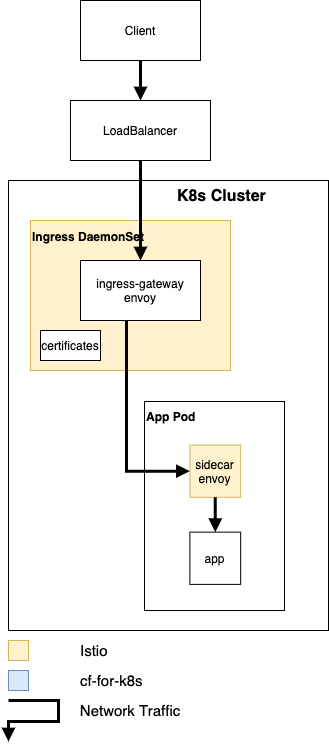
Earlier version of the draw.io export doc/PhysicalNetwork.png (akhinos/cf4k8s-networking). Source tidied: cells renumbered, new cells last; positions are measured from the earlier drawing's top-left corner, leaving out a move shared by most shapes.
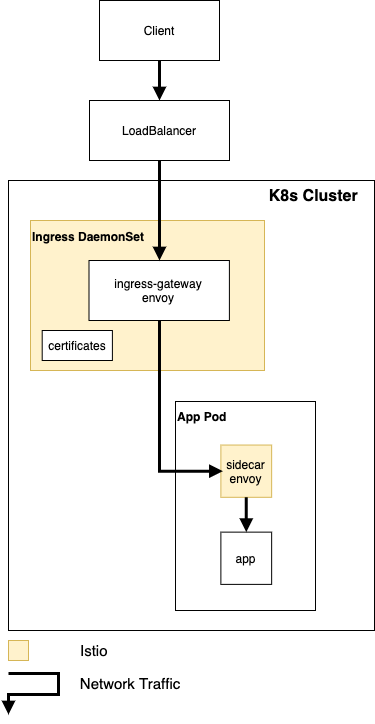
After the change.

Commit message:
Remove unused legend from PhysicalNetwork

Diff of the diagram source:
```diff
@@ -2,20 +2,20 @@
   <root>
     <mxCell id="0" />
     <mxCell id="1" parent="0" />
-    <mxCell id="2" value="&amp;nbsp; &amp;nbsp; &amp;nbsp; &amp;nbsp; &amp;nbsp; &amp;nbsp; &amp;nbsp; &amp;nbsp; &amp;nbsp; &amp;nbsp; &amp;nbsp; &amp;nbsp; K8s Cluster" style="rounded=0;whiteSpace=wrap;html=1;fontSize=16;fontStyle=1;verticalAlign=top;" parent="1" vertex="1">
-      <mxGeometry y="180" width="320" height="450" as="geometry" />
+    <mxCell id="2" value="&amp;nbsp; &amp;nbsp; &amp;nbsp; &amp;nbsp; &amp;nbsp; &amp;nbsp; &amp;nbsp; &amp;nbsp; &amp;nbsp; &amp;nbsp; &amp;nbsp; &amp;nbsp; &amp;nbsp; &amp;nbsp; &amp;nbsp; &amp;nbsp; &amp;nbsp; &amp;nbsp; &amp;nbsp; &amp;nbsp; &amp;nbsp; &amp;nbsp; &amp;nbsp; &amp;nbsp; &amp;nbsp; &amp;nbsp; &amp;nbsp; &amp;nbsp;K8s Cluster" style="rounded=0;whiteSpace=wrap;html=1;fontSize=16;fontStyle=1;verticalAlign=top;" parent="1" vertex="1">
+      <mxGeometry y="180" width="366" height="450" as="geometry" />
     </mxCell>
     <mxCell id="3" style="edgeStyle=orthogonalEdgeStyle;rounded=0;jettySize=auto;html=1;exitX=0.5;exitY=1;exitDx=0;exitDy=0;entryX=0.5;entryY=0;entryDx=0;entryDy=0;endArrow=block;endFill=1;strokeWidth=3;" parent="1" edge="1" source="4" target="5">
       <mxGeometry relative="1" as="geometry" />
     </mxCell>
     <mxCell id="4" value="Client" style="rounded=0;whiteSpace=wrap;html=1;" parent="1" vertex="1">
-      <mxGeometry x="72" width="120" height="60" as="geometry" />
+      <mxGeometry x="91" width="120" height="60" as="geometry" />
     </mxCell>
     <mxCell id="5" value="LoadBalancer" style="rounded=0;whiteSpace=wrap;html=1;" parent="1" vertex="1">
-      <mxGeometry x="62" y="100" width="140" height="60" as="geometry" />
+      <mxGeometry x="81" y="100" width="140" height="60" as="geometry" />
     </mxCell>
     <mxCell id="6" style="group;align=left;" parent="1" vertex="1">
-      <mxGeometry x="156" y="401" width="120" height="209" as="geometry" />
+      <mxGeometry x="187" y="401" width="120" height="209" as="geometry" />
     </mxCell>
     <mxCell id="7" value="&lt;font style=&quot;font-size: 12px&quot;&gt;App Pod&lt;/font&gt;" style="rounded=0;whiteSpace=wrap;html=1;verticalAlign=top;fontSize=14;fontStyle=1;align=left;" parent="6" vertex="1">
       <mxGeometry x="-20" width="140" height="209" as="geometry" />
@@ -30,22 +30,23 @@
       <mxGeometry relative="1" as="geometry" />
     </mxCell>
     <mxCell id="11" style="group;fillColor=#fff2cc;strokeColor=#d6b656;" parent="1" vertex="1">
-      <mxGeometry x="22" y="220" width="200" height="150" as="geometry" />
+      <mxGeometry x="22" y="220" width="234" height="150" as="geometry" />
     </mxCell>
     <mxCell id="12" value="&lt;font style=&quot;font-size: 12px&quot;&gt;Ingress DaemonSet&lt;/font&gt;" style="rounded=0;whiteSpace=wrap;html=1;fontSize=15;verticalAlign=top;fontStyle=1;fillColor=#fff2cc;strokeColor=#d6b656;align=left;" parent="11" vertex="1">
-      <mxGeometry width="200" height="150" as="geometry" />
+      <mxGeometry width="234" height="150" as="geometry" />
     </mxCell>
     <mxCell id="13" value="ingress-gateway&lt;br&gt;envoy" style="rounded=0;whiteSpace=wrap;html=1;" parent="11" vertex="1">
-      <mxGeometry x="50" y="40" width="120" height="60" as="geometry" />
+      <mxGeometry x="58.5" y="40" width="140.4" height="60" as="geometry" />
     </mxCell>
     <mxCell id="14" value="certificates" style="rounded=0;whiteSpace=wrap;html=1;" parent="11" vertex="1">
-      <mxGeometry x="10" y="110" width="60" height="30" as="geometry" />
+      <mxGeometry x="11.7" y="110" width="70.2" height="30" as="geometry" />
     </mxCell>
-    <mxCell id="15" style="edgeStyle=orthogonalEdgeStyle;rounded=0;jettySize=auto;html=1;strokeWidth=3;endFill=1;endArrow=block;entryX=0;entryY=0.5;entryDx=0;entryDy=0;" parent="1" edge="1" target="8">
+    <mxCell id="15" style="edgeStyle=orthogonalEdgeStyle;rounded=0;orthogonalLoop=1;jettySize=auto;html=1;strokeWidth=3;endFill=1;endArrow=block;entryX=0;entryY=0.5;entryDx=0;entryDy=0;" parent="1" edge="1">
       <mxGeometry relative="1" as="geometry">
-        <mxPoint x="118" y="320" as="sourcePoint" />
+        <mxPoint x="151" y="320" as="sourcePoint" />
+        <mxPoint x="214.4" y="470.7" as="targetPoint" />
         <Array as="points">
-          <mxPoint x="118" y="471" />
+          <mxPoint x="151" y="471" />
         </Array>
       </mxGeometry>
     </mxCell>
@@ -58,20 +59,11 @@
     <mxCell id="18" style="rounded=0;whiteSpace=wrap;html=1;fillColor=#fff2cc;strokeColor=#d6b656;" parent="17" vertex="1">
       <mxGeometry width="20" height="20" as="geometry" />
     </mxCell>
-    <mxCell id="19" style="group;" parent="16" vertex="1">
-      <mxGeometry y="30" width="110" height="20" as="geometry" />
-    </mxCell>
-    <mxCell id="20" style="rounded=0;whiteSpace=wrap;html=1;fillColor=#dae8fc;strokeColor=#6c8ebf;" parent="19" vertex="1">
-      <mxGeometry width="20" height="20" as="geometry" />
-    </mxCell>
-    <mxCell id="21" value="cf-for-k8s" style="text;html=1;strokeColor=none;fillColor=none;align=left;verticalAlign=middle;whiteSpace=wrap;rounded=0;labelBackgroundColor=none;fontSize=15;" parent="16" vertex="1">
-      <mxGeometry x="70" y="30" width="80" height="20" as="geometry" />
-    </mxCell>
     <mxCell id="22" value="Istio" style="text;html=1;strokeColor=none;fillColor=none;align=left;verticalAlign=middle;whiteSpace=wrap;rounded=0;labelBackgroundColor=none;fontSize=15;" parent="16" vertex="1">
       <mxGeometry x="70" width="40" height="20" as="geometry" />
     </mxCell>
     <mxCell id="23" style="group;" parent="16" vertex="1">
-      <mxGeometry y="60" width="180" height="21" as="geometry" />
+      <mxGeometry y="33" width="180" height="21" as="geometry" />
     </mxCell>
     <mxCell id="24" style="edgeStyle=orthogonalEdgeStyle;rounded=0;orthogonalLoop=1;jettySize=auto;html=1;exitX=0.5;exitY=1;exitDx=0;exitDy=0;endArrow=block;endFill=1;strokeWidth=3;" parent="23" edge="1">
       <mxGeometry relative="1" as="geometry">
@@ -87,8 +79,10 @@
     <mxCell id="25" value="Network Traffic" style="text;html=1;strokeColor=none;fillColor=none;align=center;verticalAlign=middle;whiteSpace=wrap;rounded=0;labelBackgroundColor=none;fontSize=15;" parent="23" vertex="1">
       <mxGeometry x="67" width="110" height="20" as="geometry" />
     </mxCell>
-    <mxCell id="26" style="edgeStyle=orthogonalEdgeStyle;rounded=0;jettySize=auto;html=1;exitX=0.5;exitY=1;exitDx=0;exitDy=0;entryX=0.5;entryY=0;entryDx=0;entryDy=0;endArrow=block;endFill=1;strokeWidth=3;" parent="1" edge="1" source="5" target="13">
-      <mxGeometry relative="1" as="geometry" />
+    <mxCell id="26" style="edgeStyle=orthogonalEdgeStyle;rounded=0;jettySize=auto;html=1;exitX=0.5;exitY=1;exitDx=0;exitDy=0;entryX=0.5;entryY=0;entryDx=0;entryDy=0;endArrow=block;endFill=1;strokeWidth=3;" parent="1" edge="1" source="5">
+      <mxGeometry relative="1" as="geometry">
+        <mxPoint x="151" y="260" as="targetPoint" />
+      </mxGeometry>
     </mxCell>
   </root>
 </mxGraphModel>
```
